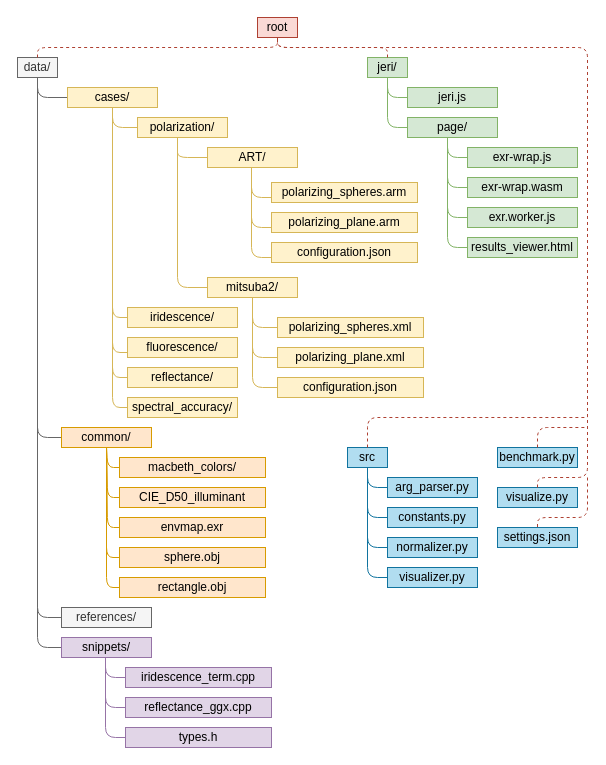
The draw.io diagram img/framework.drawio in marcel1hruska/render_benchmark_thesis, before the edit. Source tidied: cells renumbered, new cells numbered last; positions are measured from the earlier drawing's top-left corner, leaving out a move shared by most shapes. Both pictures are drawn from the tidied source at 100%, with x=0, y=0 at pixel (17, 17).
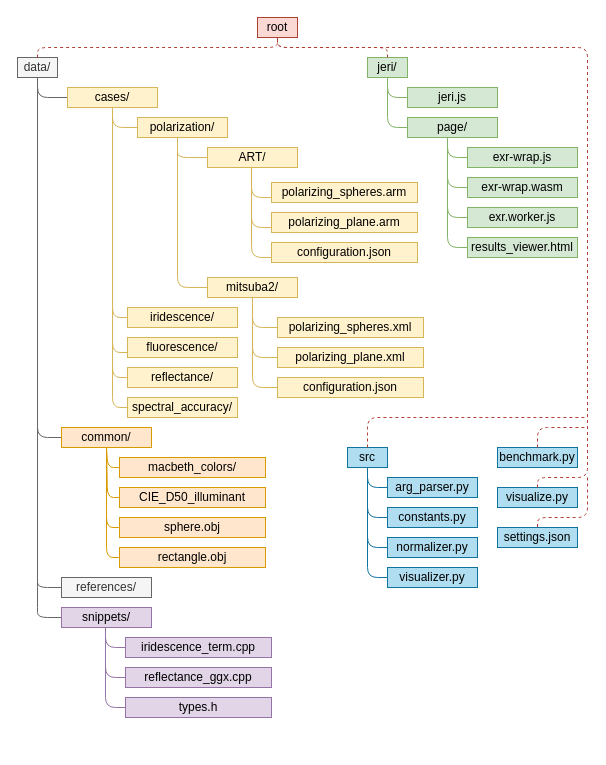
The same page after the edit.

The change refers to these unchanged cells:
```xml
<mxCell id="2" value="data/" style="text;html=1;align=center;verticalAlign=middle;whiteSpace=wrap;rounded=0;fillColor=#f5f5f5;strokeColor=#666666;fontColor=#333333;" parent="1" vertex="1">
  <mxGeometry y="40" width="40" height="20" as="geometry" />
</mxCell>
<mxCell id="31" value="common/" style="text;html=1;align=center;verticalAlign=middle;whiteSpace=wrap;rounded=0;fillColor=#ffe6cc;strokeColor=#d79b00;" parent="1" vertex="1">
  <mxGeometry x="44" y="410" width="90" height="20" as="geometry" />
</mxCell>
```

What changed in the source:
```diff
@@
     <mxCell id="32" style="endArrow=none;html=1;fillColor=#f5f5f5;strokeColor=#666666;exitX=0.5;exitY=1;exitDx=0;exitDy=0;entryX=0;entryY=0.5;entryDx=0;entryDy=0;" parent="1" edge="1" source="2" target="33">
       <mxGeometry relative="1" as="geometry">
         <Array as="points">
           <mxPoint x="20" y="550" />
-          <mxPoint x="20" y="600" />
+          <mxPoint x="20" y="570" />
         </Array>
       </mxGeometry>
     </mxCell>
     <mxCell id="33" value="references/" style="text;html=1;align=center;verticalAlign=middle;whiteSpace=wrap;rounded=0;fillColor=#f5f5f5;strokeColor=#666666;fontColor=#333333;" parent="1" vertex="1">
-      <mxGeometry x="44" y="590" width="90" height="20" as="geometry" />
+      <mxGeometry x="44" y="560" width="90" height="20" as="geometry" />
     </mxCell>
     <mxCell id="34" style="endArrow=none;html=1;fillColor=#f5f5f5;strokeColor=#666666;entryX=0;entryY=0.5;entryDx=0;entryDy=0;" parent="1" edge="1" source="2" target="35">
       <mxGeometry relative="1" as="geometry">
         <Array as="points">
           <mxPoint x="20" y="580" />
-          <mxPoint x="20" y="630" />
+          <mxPoint x="20" y="600" />
         </Array>
       </mxGeometry>
     </mxCell>
     <mxCell id="35" value="snippets/" style="text;html=1;align=center;verticalAlign=middle;whiteSpace=wrap;rounded=0;fillColor=#e1d5e7;strokeColor=#9673a6;" parent="1" vertex="1">
-      <mxGeometry x="44" y="620" width="90" height="20" as="geometry" />
+      <mxGeometry x="44" y="590" width="90" height="20" as="geometry" />
     </mxCell>
@@
-    <mxCell id="65" style="endArrow=none;html=1;fillColor=#ffe6cc;strokeColor=#d79b00;entryX=0;entryY=0.5;entryDx=0;entryDy=0;exitX=0.5;exitY=1;exitDx=0;exitDy=0;" parent="1" edge="1" source="31" target="66">
-      <mxGeometry relative="1" as="geometry">
-        <Array as="points">
-          <mxPoint x="90" y="510" />
-        </Array>
-      </mxGeometry>
-    </mxCell>
-    <mxCell id="66" value="envmap.exr" style="text;html=1;align=center;verticalAlign=middle;whiteSpace=wrap;rounded=0;fillColor=#ffe6cc;strokeColor=#d79b00;" parent="1" vertex="1">
-      <mxGeometry x="102" y="500" width="146" height="20" as="geometry" />
-    </mxCell>
     <mxCell id="67" style="endArrow=none;html=1;fillColor=#ffe6cc;strokeColor=#d79b00;entryX=0;entryY=0.5;entryDx=0;entryDy=0;exitX=0.5;exitY=1;exitDx=0;exitDy=0;" parent="1" edge="1" source="31" target="68">
       <mxGeometry relative="1" as="geometry">
         <Array as="points">
-          <mxPoint x="89" y="540" />
+          <mxPoint x="89" y="510" />
         </Array>
       </mxGeometry>
     </mxCell>
     <mxCell id="68" value="sphere.obj" style="text;html=1;align=center;verticalAlign=middle;whiteSpace=wrap;rounded=0;fillColor=#ffe6cc;strokeColor=#d79b00;" parent="1" vertex="1">
-      <mxGeometry x="102" y="530" width="146" height="20" as="geometry" />
+      <mxGeometry x="102" y="500" width="146" height="20" as="geometry" />
     </mxCell>
     <mxCell id="69" style="endArrow=none;html=1;fillColor=#ffe6cc;strokeColor=#d79b00;entryX=0;entryY=0.5;entryDx=0;entryDy=0;exitX=0.5;exitY=1;exitDx=0;exitDy=0;" parent="1" edge="1" source="31" target="70">
       <mxGeometry relative="1" as="geometry">
         <Array as="points">
-          <mxPoint x="89" y="570" />
+          <mxPoint x="89" y="540" />
         </Array>
       </mxGeometry>
     </mxCell>
     <mxCell id="70" value="rectangle.obj" style="text;html=1;align=center;verticalAlign=middle;whiteSpace=wrap;rounded=0;fillColor=#ffe6cc;strokeColor=#d79b00;" parent="1" vertex="1">
-      <mxGeometry x="102" y="560" width="146" height="20" as="geometry" />
+      <mxGeometry x="102" y="530" width="146" height="20" as="geometry" />
     </mxCell>
     <mxCell id="71" style="endArrow=none;html=1;fillColor=#e1d5e7;strokeColor=#9673a6;entryX=0;entryY=0.5;entryDx=0;entryDy=0;" parent="1" edge="1" target="72">
       <mxGeometry relative="1" as="geometry">
-        <mxPoint x="88" y="640" as="sourcePoint" />
+        <mxPoint x="88" y="610" as="sourcePoint" />
         <Array as="points">
-          <mxPoint x="88" y="660" />
+          <mxPoint x="88" y="630" />
         </Array>
       </mxGeometry>
     </mxCell>
     <mxCell id="72" value="iridescence_term.cpp" style="text;html=1;align=center;verticalAlign=middle;whiteSpace=wrap;rounded=0;fillColor=#e1d5e7;strokeColor=#9673a6;" parent="1" vertex="1">
-      <mxGeometry x="108" y="650" width="146" height="20" as="geometry" />
+      <mxGeometry x="108" y="620" width="146" height="20" as="geometry" />
     </mxCell>
     <mxCell id="73" style="endArrow=none;html=1;fillColor=#e1d5e7;strokeColor=#9673a6;entryX=0;entryY=0.5;entryDx=0;entryDy=0;" parent="1" edge="1" target="74">
       <mxGeometry relative="1" as="geometry">
-        <mxPoint x="88" y="640" as="sourcePoint" />
+        <mxPoint x="88" y="610" as="sourcePoint" />
         <Array as="points">
-          <mxPoint x="88" y="690" />
+          <mxPoint x="88" y="660" />
         </Array>
       </mxGeometry>
     </mxCell>
     <mxCell id="74" value="reflectance_ggx.cpp" style="text;html=1;align=center;verticalAlign=middle;whiteSpace=wrap;rounded=0;fillColor=#e1d5e7;strokeColor=#9673a6;" parent="1" vertex="1">
-      <mxGeometry x="108" y="680" width="146" height="20" as="geometry" />
+      <mxGeometry x="108" y="650" width="146" height="20" as="geometry" />
     </mxCell>
     <mxCell id="75" style="endArrow=none;html=1;fillColor=#e1d5e7;strokeColor=#9673a6;entryX=0;entryY=0.5;entryDx=0;entryDy=0;" parent="1" edge="1" target="76">
       <mxGeometry relative="1" as="geometry">
-        <mxPoint x="88" y="640" as="sourcePoint" />
+        <mxPoint x="88" y="610" as="sourcePoint" />
         <Array as="points">
-          <mxPoint x="88" y="720" />
+          <mxPoint x="88" y="690" />
         </Array>
       </mxGeometry>
     </mxCell>
     <mxCell id="76" value="types.h" style="text;html=1;align=center;verticalAlign=middle;whiteSpace=wrap;rounded=0;fillColor=#e1d5e7;strokeColor=#9673a6;" parent="1" vertex="1">
-      <mxGeometry x="108" y="710" width="146" height="20" as="geometry" />
+      <mxGeometry x="108" y="680" width="146" height="20" as="geometry" />
     </mxCell>
```
